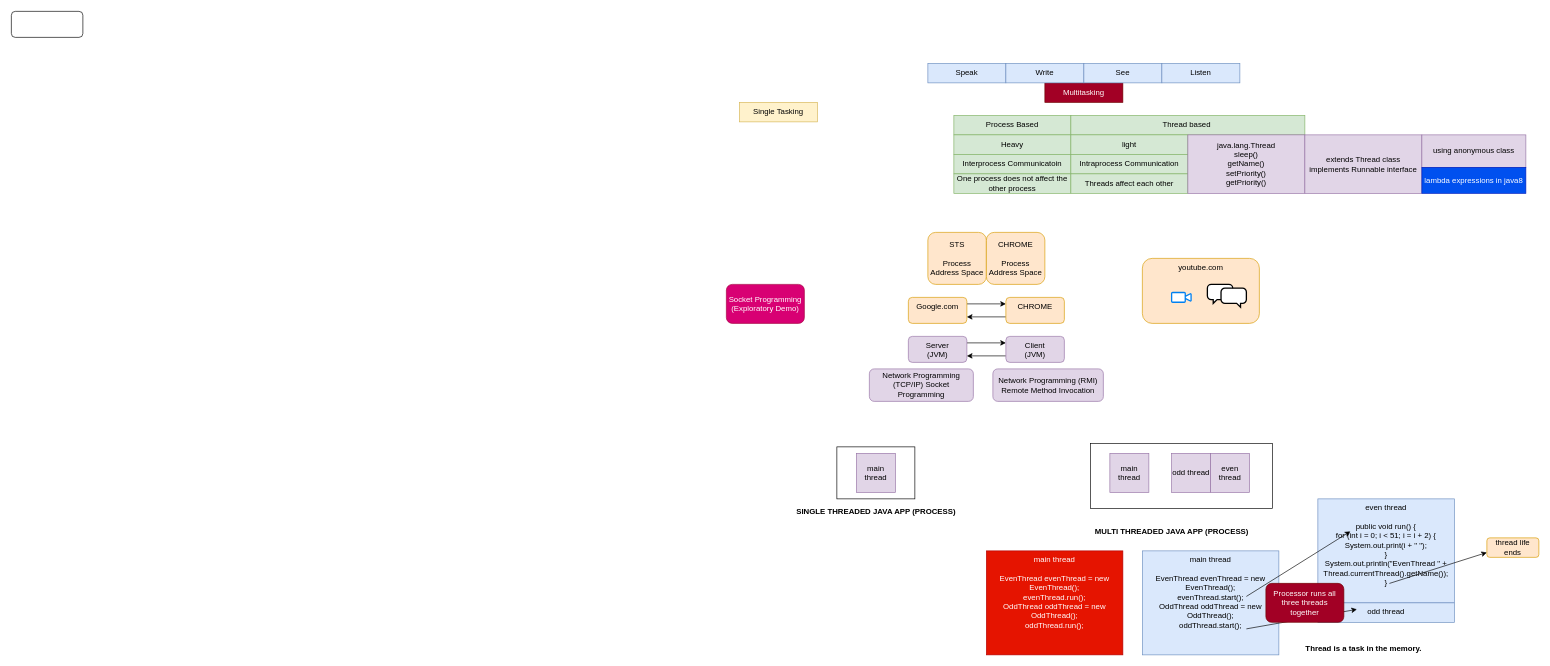
Above: page "Multithreading" (8 of 14) of java/diagrams/java-workflow.drawio in aukokyong/jfs-master (draw.io), before the change. Source tidied: cells renumbered, new cells numbered last; positions are measured from the earlier drawing's top-left corner, leaving out a move shared by most shapes. Both pictures are drawn from the tidied source at 65%, with x=0, y=0 at pixel (11, 11).
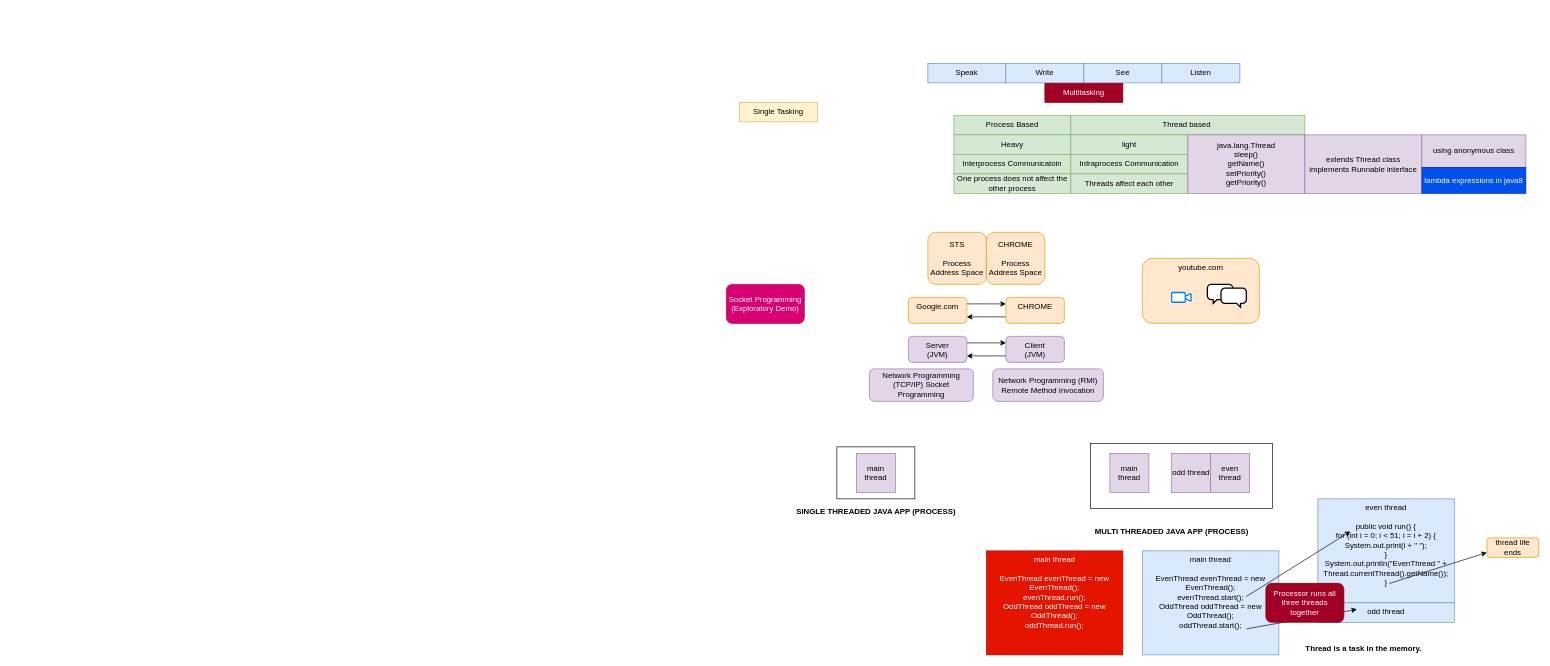
The same page after the edit.

Diff of the diagram source:
```diff
@@
-    <mxCell id="10" style="rounded=1;whiteSpace=wrap;html=1;" parent="1" vertex="1">
-      <mxGeometry width="110" height="40" as="geometry" />
-    </mxCell>
```
